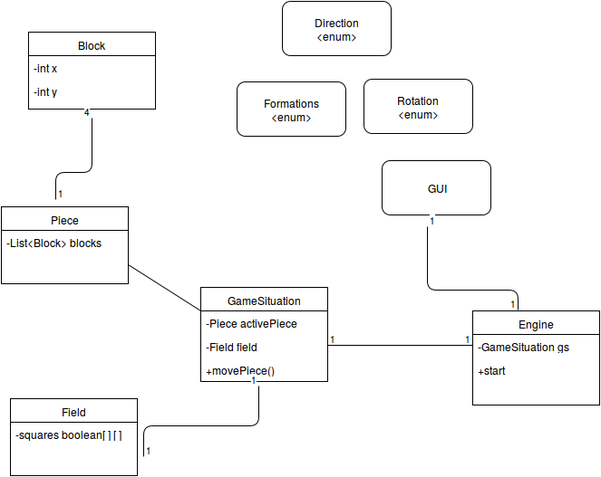
This is Dokumentaatio/LuokkaKaavio.png from Grawave/Tetris, a draw.io export, as it was before one commit. Source tidied: cells renumbered, new cells last; positions are measured from the earlier drawing's top-left corner, leaving out a move shared by most shapes.
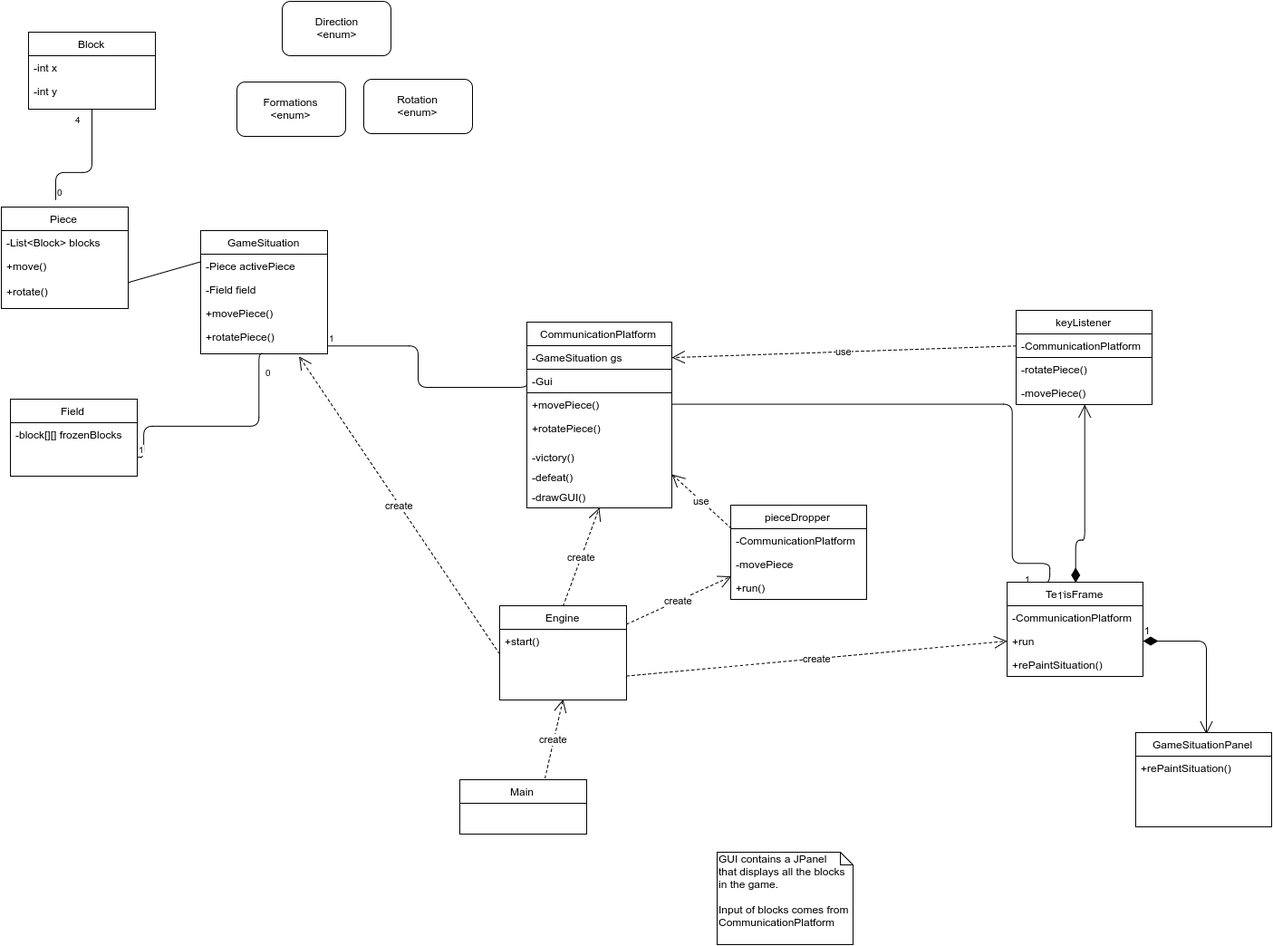
The same diagram one commit later.

Diff of the diagram source:
```diff
@@ -5,14 +5,11 @@
     <mxCell id="2" value="Formations&lt;br&gt;&amp;lt;enum&amp;gt;&lt;br&gt;" style="rounded=1;whiteSpace=wrap;html=1;" parent="1" vertex="1">
       <mxGeometry x="260" y="89" width="120" height="60" as="geometry" />
     </mxCell>
-    <mxCell id="3" value="GUI" style="rounded=1;whiteSpace=wrap;html=1;" parent="1" vertex="1">
-      <mxGeometry x="420" y="176" width="120" height="60" as="geometry" />
-    </mxCell>
     <mxCell id="4" style="endArrow=none;html=1;entryX=0;entryY=0.25;exitX=1;exitY=0.75;" parent="1" edge="1" source="11" target="5">
       <mxGeometry x="360" y="365" as="geometry" />
     </mxCell>
     <mxCell id="5" value="GameSituation" style="swimlane;html=1;fontStyle=0;horizontal=1;startSize=26;fillColor=none;swimlaneFillColor=#ffffff;" parent="1" vertex="1">
-      <mxGeometry x="220" y="316" width="140" height="104" as="geometry" />
+      <mxGeometry x="220" y="253" width="140" height="136" as="geometry" />
     </mxCell>
     <mxCell id="6" value="-Piece activePiece&lt;br&gt;" style="text;html=1;strokeColor=none;fillColor=none;align=left;verticalAlign=top;spacingLeft=4;spacingRight=4;whiteSpace=wrap;overflow=hidden;" parent="5" vertex="1">
       <mxGeometry y="26" width="140" height="26" as="geometry" />
@@ -23,18 +20,27 @@
     <mxCell id="8" value="+movePiece()" style="text;html=1;strokeColor=none;fillColor=none;align=left;verticalAlign=top;spacingLeft=4;spacingRight=4;whiteSpace=wrap;overflow=hidden;points=[[0,0.5],[1,0.5]];portConstraint=eastwest;" parent="5" vertex="1">
       <mxGeometry y="78" width="140" height="26" as="geometry" />
     </mxCell>
+    <mxCell id="33" value="+rotatePiece()" style="text;html=1;strokeColor=none;fillColor=none;align=left;verticalAlign=top;spacingLeft=4;spacingRight=4;whiteSpace=wrap;overflow=hidden;points=[[0,0.5],[1,0.5]];portConstraint=eastwest;" parent="5" vertex="1">
+      <mxGeometry y="104" width="140" height="26" as="geometry" />
+    </mxCell>
     <mxCell id="9" value="Field" style="swimlane;html=1;fontStyle=0;horizontal=1;startSize=26;fillColor=none;swimlaneFillColor=#ffffff;" parent="1" vertex="1">
       <mxGeometry x="10" y="439" width="140" height="85" as="geometry" />
     </mxCell>
-    <mxCell id="10" value="-squares boolean[ ] [ ]&lt;br&gt;" style="text;html=1;strokeColor=none;fillColor=none;align=left;verticalAlign=top;spacingLeft=4;spacingRight=4;whiteSpace=wrap;overflow=hidden;" parent="9" vertex="1">
+    <mxCell id="10" value="-block[][] frozenBlocks&lt;br&gt;" style="text;html=1;strokeColor=none;fillColor=none;align=left;verticalAlign=top;spacingLeft=4;spacingRight=4;whiteSpace=wrap;overflow=hidden;" parent="9" vertex="1">
       <mxGeometry y="26" width="140" height="26" as="geometry" />
     </mxCell>
     <mxCell id="11" value="Piece" style="swimlane;html=1;fontStyle=0;horizontal=1;startSize=26;fillColor=none;swimlaneFillColor=#ffffff;" parent="1" vertex="1">
-      <mxGeometry y="227" width="140" height="85" as="geometry" />
+      <mxGeometry y="227" width="140" height="112" as="geometry" />
     </mxCell>
     <mxCell id="12" value="-List&amp;lt;Block&amp;gt; blocks&lt;br&gt;" style="text;html=1;strokeColor=none;fillColor=none;align=left;verticalAlign=top;spacingLeft=4;spacingRight=4;whiteSpace=wrap;overflow=hidden;" parent="11" vertex="1">
       <mxGeometry y="26" width="140" height="26" as="geometry" />
     </mxCell>
+    <mxCell id="34" value="+move()&lt;br&gt;" style="text;html=1;strokeColor=none;fillColor=none;align=left;verticalAlign=top;spacingLeft=4;spacingRight=4;whiteSpace=wrap;overflow=hidden;" parent="11" vertex="1">
+      <mxGeometry y="52" width="140" height="28" as="geometry" />
+    </mxCell>
+    <mxCell id="35" value="+rotate()&lt;br&gt;" style="text;html=1;strokeColor=none;fillColor=none;align=left;verticalAlign=top;spacingLeft=4;spacingRight=4;whiteSpace=wrap;overflow=hidden;" parent="11" vertex="1">
+      <mxGeometry y="80" width="140" height="20" as="geometry" />
+    </mxCell>
     <mxCell id="13" value="Block&lt;br&gt;" style="swimlane;html=1;fontStyle=0;horizontal=1;startSize=26;fillColor=none;swimlaneFillColor=#ffffff;" parent="1" vertex="1">
       <mxGeometry x="30" y="34" width="140" height="85" as="geometry" />
     </mxCell>
@@ -45,70 +51,75 @@
       <mxGeometry y="52" width="140" height="26" as="geometry" />
     </mxCell>
     <mxCell id="16" value="Engine" style="swimlane;html=1;fontStyle=0;horizontal=1;startSize=26;fillColor=none;swimlaneFillColor=#ffffff;" parent="1" vertex="1">
-      <mxGeometry x="520" y="342" width="140" height="104" as="geometry" />
+      <mxGeometry x="550" y="667" width="140" height="104" as="geometry" />
     </mxCell>
-    <mxCell id="17" value="-GameSituation gs&lt;br&gt;" style="text;html=1;strokeColor=none;fillColor=none;align=left;verticalAlign=top;spacingLeft=4;spacingRight=4;whiteSpace=wrap;overflow=hidden;points=[[0,0.5],[1,0.5]];portConstraint=eastwest;" parent="16" vertex="1">
-      <mxGeometry y="26" width="140" height="26" as="geometry" />
-    </mxCell>
-    <mxCell id="18" value="+start" style="text;html=1;strokeColor=none;fillColor=none;align=left;verticalAlign=top;spacingLeft=4;spacingRight=4;whiteSpace=wrap;overflow=hidden;points=[[0,0.5],[1,0.5]];portConstraint=eastwest;" parent="16" vertex="1">
-      <mxGeometry y="52" width="140" height="26" as="geometry" />
+    <mxCell id="18" value="+start()" style="text;html=1;strokeColor=none;fillColor=none;align=left;verticalAlign=top;spacingLeft=4;spacingRight=4;whiteSpace=wrap;overflow=hidden;points=[[0,0.5],[1,0.5]];portConstraint=eastwest;" parent="16" vertex="1">
+      <mxGeometry y="26" width="140" height="26" as="geometry" />
     </mxCell>
-    <mxCell id="19" style="endArrow=none;html=1;edgeStyle=orthogonalEdgeStyle;" parent="1" edge="1">
-      <mxGeometry relative="1" as="geometry">
+    <mxCell id="19" value="0" style="endArrow=none;html=1;edgeStyle=orthogonalEdgeStyle;entryX=0;entryY=0.5;" parent="1" edge="1">
+      <mxGeometry x="0.96" y="-10" relative="1" as="geometry">
         <mxPoint x="360" y="380" as="sourcePoint" />
-        <mxPoint x="520" y="380" as="targetPoint" />
+        <mxPoint x="580" y="419" as="targetPoint" />
+        <Array as="points">
+          <mxPoint x="460" y="380" />
+          <mxPoint x="460" y="426" />
+          <mxPoint x="580" y="426" />
+        </Array>
       </mxGeometry>
     </mxCell>
     <mxCell id="20" value="1" style="html=1;align=left;verticalAlign=bottom;labelBackgroundColor=#ffffff;fontSize=10;" parent="19" vertex="1">
       <mxGeometry x="-1" relative="1" as="geometry" />
     </mxCell>
-    <mxCell id="21" value="1" style="html=1;align=right;verticalAlign=bottom;labelBackgroundColor=#ffffff;fontSize=10;" parent="19" vertex="1">
-      <mxGeometry x="1" relative="1" as="geometry" />
-    </mxCell>
-    <mxCell id="22" style="endArrow=none;html=1;edgeStyle=orthogonalEdgeStyle;entryX=0.457;entryY=1.192;entryPerimeter=0;" parent="1" edge="1" target="8">
+    <mxCell id="22" style="endArrow=none;html=1;edgeStyle=orthogonalEdgeStyle;entryX=0.5;entryY=1;exitX=1;exitY=0.75;" parent="1" edge="1" source="9" target="5">
       <mxGeometry x="407" y="574" as="geometry">
-        <mxPoint x="157" y="503" as="sourcePoint" />
         <Array as="points">
+          <mxPoint x="157" y="503" />
           <mxPoint x="157" y="469" />
           <mxPoint x="284" y="469" />
+          <mxPoint x="284" y="389" />
         </Array>
       </mxGeometry>
     </mxCell>
     <mxCell id="23" value="1" style="html=1;align=left;verticalAlign=bottom;labelBackgroundColor=#ffffff;fontSize=10;" parent="22" vertex="1">
       <mxGeometry x="-1" relative="1" as="geometry" />
     </mxCell>
-    <mxCell id="24" value="1" style="html=1;align=right;verticalAlign=bottom;labelBackgroundColor=#ffffff;fontSize=10;" parent="22" vertex="1">
-      <mxGeometry x="1" relative="1" as="geometry" />
+    <mxCell id="24" value="0" style="html=1;align=right;verticalAlign=bottom;labelBackgroundColor=#ffffff;fontSize=10;" parent="22" vertex="1">
+      <mxGeometry x="1" relative="1" as="geometry">
+        <mxPoint x="10" y="29" as="offset" />
+      </mxGeometry>
     </mxCell>
-    <mxCell id="25" style="endArrow=none;html=1;edgeStyle=orthogonalEdgeStyle;" parent="1" edge="1">
+    <mxCell id="25" style="endArrow=none;html=1;edgeStyle=orthogonalEdgeStyle;entryX=0.5;entryY=1;" parent="1" edge="1" target="13">
       <mxGeometry x="260" y="260" as="geometry">
         <mxPoint x="60" y="219" as="sourcePoint" />
-        <mxPoint x="100" y="129" as="targetPoint" />
         <Array as="points">
+          <mxPoint x="60" y="189" />
           <mxPoint x="100" y="189" />
         </Array>
       </mxGeometry>
     </mxCell>
-    <mxCell id="26" value="1" style="html=1;align=left;verticalAlign=bottom;labelBackgroundColor=#ffffff;fontSize=10;" parent="25" vertex="1">
+    <mxCell id="26" value="0" style="html=1;align=left;verticalAlign=bottom;labelBackgroundColor=#ffffff;fontSize=10;" parent="25" vertex="1">
       <mxGeometry x="-1" relative="1" as="geometry" />
     </mxCell>
     <mxCell id="27" value="4&lt;br&gt;" style="html=1;align=right;verticalAlign=bottom;labelBackgroundColor=#ffffff;fontSize=10;" parent="25" vertex="1">
-      <mxGeometry x="1" relative="1" as="geometry" />
+      <mxGeometry x="1" relative="1" as="geometry">
+        <mxPoint x="-10" y="20" as="offset" />
+      </mxGeometry>
     </mxCell>
-    <mxCell id="28" style="endArrow=none;html=1;edgeStyle=orthogonalEdgeStyle;" parent="1" edge="1">
+    <mxCell id="28" style="endArrow=none;html=1;edgeStyle=orthogonalEdgeStyle;entryX=1;entryY=0.5;exitX=0.25;exitY=0;" parent="1" edge="1" source="59" target="40">
       <mxGeometry x="660" y="412" as="geometry">
-        <mxPoint x="470" y="249" as="sourcePoint" />
-        <mxPoint x="570" y="341" as="targetPoint" />
         <Array as="points">
-          <mxPoint x="470" y="319" />
-          <mxPoint x="570" y="319" />
+          <mxPoint x="1157" y="620" />
+          <mxPoint x="1115" y="620" />
+          <mxPoint x="1115" y="445" />
         </Array>
       </mxGeometry>
     </mxCell>
     <mxCell id="29" value="1" style="html=1;align=left;verticalAlign=bottom;labelBackgroundColor=#ffffff;fontSize=10;" parent="28" vertex="1">
-      <mxGeometry x="-1" relative="1" as="geometry" />
+      <mxGeometry x="-1" relative="1" as="geometry">
+        <mxPoint x="-19" y="4" as="offset" />
+      </mxGeometry>
     </mxCell>
-    <mxCell id="30" value="1" style="html=1;align=right;verticalAlign=bottom;labelBackgroundColor=#ffffff;fontSize=10;" parent="28" vertex="1">
+    <mxCell id="30" value="0" style="html=1;align=right;verticalAlign=bottom;labelBackgroundColor=#ffffff;fontSize=10;" parent="28" vertex="1">
       <mxGeometry x="1" relative="1" as="geometry" />
     </mxCell>
     <mxCell id="31" value="Rotation&lt;br&gt;&amp;lt;enum&amp;gt;&lt;br&gt;" style="rounded=1;whiteSpace=wrap;html=1;" parent="1" vertex="1">
@@ -117,5 +128,117 @@
     <mxCell id="32" value="Direction&lt;br&gt;&amp;lt;enum&amp;gt;&lt;br&gt;" style="rounded=1;whiteSpace=wrap;html=1;" parent="1" vertex="1">
       <mxGeometry x="310" width="120" height="60" as="geometry" />
     </mxCell>
+    <mxCell id="36" value="Main" style="swimlane;html=1;fontStyle=0;horizontal=1;startSize=26;fillColor=none;swimlaneFillColor=#ffffff;" parent="1" vertex="1">
+      <mxGeometry x="506" y="859" width="140" height="60" as="geometry" />
+    </mxCell>
+    <mxCell id="37" value="create" style="endArrow=open;endSize=12;dashed=1;html=1;exitX=0.671;exitY=-0.017;exitPerimeter=0;entryX=0.5;entryY=1;" parent="1" edge="1" source="36" target="16">
+      <mxGeometry relative="1" as="geometry" />
+    </mxCell>
+    <mxCell id="38" value="CommunicationPlatform" style="swimlane;html=1;fontStyle=0;horizontal=1;startSize=26;fillColor=none;swimlaneFillColor=#ffffff;" parent="1" vertex="1">
+      <mxGeometry x="580" y="354" width="160" height="205" as="geometry" />
+    </mxCell>
+    <mxCell id="17" value="-GameSituation gs" style="text;html=1;strokeColor=#000000;fillColor=none;align=left;verticalAlign=top;spacingLeft=4;spacingRight=4;whiteSpace=wrap;overflow=hidden;points=[[0,0.5],[1,0.5]];portConstraint=eastwest;" parent="38" vertex="1">
+      <mxGeometry y="26" width="160" height="26" as="geometry" />
+    </mxCell>
+    <mxCell id="39" value="-Gui" style="text;html=1;strokeColor=#000000;fillColor=none;align=left;verticalAlign=top;spacingLeft=4;spacingRight=4;whiteSpace=wrap;overflow=hidden;" parent="38" vertex="1">
+      <mxGeometry y="52" width="160" height="26" as="geometry" />
+    </mxCell>
+    <mxCell id="40" value="+movePiece()" style="text;html=1;strokeColor=none;fillColor=none;align=left;verticalAlign=top;spacingLeft=4;spacingRight=4;whiteSpace=wrap;overflow=hidden;points=[[0,0.5],[1,0.5]];portConstraint=eastwest;" parent="38" vertex="1">
+      <mxGeometry y="78" width="160" height="26" as="geometry" />
+    </mxCell>
+    <mxCell id="41" value="+rotatePiece()" style="text;html=1;strokeColor=none;fillColor=none;align=left;verticalAlign=top;spacingLeft=4;spacingRight=4;whiteSpace=wrap;overflow=hidden;" parent="38" vertex="1">
+      <mxGeometry y="104" width="160" height="32" as="geometry" />
+    </mxCell>
+    <mxCell id="42" value="-victory()" style="text;html=1;strokeColor=none;fillColor=none;align=left;verticalAlign=top;spacingLeft=4;spacingRight=4;whiteSpace=wrap;overflow=hidden;" parent="38" vertex="1">
+      <mxGeometry y="136" width="160" height="22" as="geometry" />
+    </mxCell>
+    <mxCell id="43" value="-defeat()" style="text;html=1;strokeColor=none;fillColor=none;align=left;verticalAlign=top;spacingLeft=4;spacingRight=4;whiteSpace=wrap;overflow=hidden;" parent="38" vertex="1">
+      <mxGeometry y="158" width="160" height="22" as="geometry" />
+    </mxCell>
+    <mxCell id="44" value="-drawGUI()" style="text;html=1;strokeColor=none;fillColor=none;align=left;verticalAlign=top;spacingLeft=4;spacingRight=4;whiteSpace=wrap;overflow=hidden;" parent="38" vertex="1">
+      <mxGeometry y="180" width="160" height="22" as="geometry" />
+    </mxCell>
+    <mxCell id="45" value="create" style="endArrow=open;endSize=12;dashed=1;html=1;exitX=0.5;exitY=0;entryX=0.5;entryY=1;" parent="1" edge="1" source="16" target="38">
+      <mxGeometry x="910" y="602" as="geometry" />
+    </mxCell>
+    <mxCell id="46" value="pieceDropper" style="swimlane;html=1;fontStyle=0;horizontal=1;startSize=26;fillColor=none;swimlaneFillColor=#ffffff;" parent="1" vertex="1">
+      <mxGeometry x="805" y="556" width="150" height="104" as="geometry" />
+    </mxCell>
+    <mxCell id="47" value="-CommunicationPlatform" style="text;html=1;strokeColor=none;fillColor=none;align=left;verticalAlign=top;spacingLeft=4;spacingRight=4;whiteSpace=wrap;overflow=hidden;" parent="46" vertex="1">
+      <mxGeometry y="26" width="150" height="26" as="geometry" />
+    </mxCell>
+    <mxCell id="48" value="-movePiece" style="text;html=1;strokeColor=none;fillColor=none;align=left;verticalAlign=top;spacingLeft=4;spacingRight=4;whiteSpace=wrap;overflow=hidden;" parent="46" vertex="1">
+      <mxGeometry y="52" width="150" height="26" as="geometry" />
+    </mxCell>
+    <mxCell id="49" value="+run()" style="text;html=1;strokeColor=none;fillColor=none;align=left;verticalAlign=top;spacingLeft=4;spacingRight=4;whiteSpace=wrap;overflow=hidden;" parent="46" vertex="1">
+      <mxGeometry y="78" width="150" height="26" as="geometry" />
+    </mxCell>
+    <mxCell id="50" value="keyListener" style="swimlane;html=1;fontStyle=0;horizontal=1;startSize=26;fillColor=none;swimlaneFillColor=#ffffff;" parent="1" vertex="1">
+      <mxGeometry x="1120" y="341" width="150" height="104" as="geometry" />
+    </mxCell>
+    <mxCell id="51" value="-CommunicationPlatform" style="text;html=1;strokeColor=#000000;fillColor=none;align=left;verticalAlign=top;spacingLeft=4;spacingRight=4;whiteSpace=wrap;overflow=hidden;points=[[0,0.5],[1,0.5]];portConstraint=eastwest;" parent="50" vertex="1">
+      <mxGeometry y="26" width="150" height="26" as="geometry" />
+    </mxCell>
+    <mxCell id="52" value="-rotatePiece()" style="text;html=1;strokeColor=none;fillColor=none;align=left;verticalAlign=top;spacingLeft=4;spacingRight=4;whiteSpace=wrap;overflow=hidden;" parent="50" vertex="1">
+      <mxGeometry y="52" width="150" height="26" as="geometry" />
+    </mxCell>
+    <mxCell id="53" value="-movePiece()" style="text;html=1;strokeColor=none;fillColor=none;align=left;verticalAlign=top;spacingLeft=4;spacingRight=4;whiteSpace=wrap;overflow=hidden;points=[[0,0.5],[1,0.5]];portConstraint=eastwest;" parent="50" vertex="1">
+      <mxGeometry y="78" width="150" height="26" as="geometry" />
+    </mxCell>
+    <mxCell id="54" value="create" style="endArrow=open;endSize=12;dashed=1;html=1;exitX=1;exitY=0.192;entryX=0;entryY=0.75;exitPerimeter=0;" parent="1" edge="1" source="16" target="46">
+      <mxGeometry x="980" y="638" as="geometry" />
+    </mxCell>
+    <mxCell id="55" value="use" style="endArrow=open;endSize=12;dashed=1;html=1;exitX=0;exitY=0.25;" parent="1" edge="1" source="46">
+      <mxGeometry x="1410" y="625" as="geometry">
+        <mxPoint x="740" y="522" as="targetPoint" />
+      </mxGeometry>
+    </mxCell>
+    <mxCell id="56" value="use" style="endArrow=open;endSize=12;dashed=1;html=1;exitX=0;exitY=0.5;entryX=1;entryY=0.5;" parent="1" edge="1" source="51" target="17">
+      <mxGeometry x="1420" y="635" as="geometry" />
+    </mxCell>
+    <mxCell id="57" value="create" style="endArrow=open;endSize=12;dashed=1;html=1;exitX=1;exitY=0.75;entryX=0;entryY=0.5;" parent="1" edge="1" source="16" target="61">
+      <mxGeometry x="990" y="648" as="geometry" />
+    </mxCell>
+    <mxCell id="58" value="GUI contains a JPanel&lt;div&gt;that displays all the blocks in the game.&lt;/div&gt;&lt;div&gt;&lt;br&gt;&lt;/div&gt;&lt;div&gt;Input of blocks comes from&lt;/div&gt;&lt;div&gt;CommunicationPlatform&lt;/div&gt;" style="shape=note;whiteSpace=wrap;html=1;size=14;verticalAlign=top;align=left;spacingTop=-6;" parent="1" vertex="1">
+      <mxGeometry x="790" y="939" width="150" height="102" as="geometry" />
+    </mxCell>
+    <mxCell id="59" value="TetrisFrame" style="swimlane;html=1;fontStyle=0;horizontal=1;startSize=26;fillColor=none;swimlaneFillColor=#ffffff;" parent="1" vertex="1">
+      <mxGeometry x="1110" y="641" width="150" height="104" as="geometry" />
+    </mxCell>
+    <mxCell id="60" value="-CommunicationPlatform" style="text;html=1;strokeColor=none;fillColor=none;align=left;verticalAlign=top;spacingLeft=4;spacingRight=4;whiteSpace=wrap;overflow=hidden;" parent="59" vertex="1">
+      <mxGeometry y="26" width="150" height="26" as="geometry" />
+    </mxCell>
+    <mxCell id="61" value="+run" style="text;html=1;strokeColor=none;fillColor=none;align=left;verticalAlign=top;spacingLeft=4;spacingRight=4;whiteSpace=wrap;overflow=hidden;points=[[0,0.5],[1,0.5]];portConstraint=eastwest;" parent="59" vertex="1">
+      <mxGeometry y="52" width="150" height="26" as="geometry" />
+    </mxCell>
+    <mxCell id="62" value="+rePaintSituation()" style="text;html=1;strokeColor=none;fillColor=none;align=left;verticalAlign=top;spacingLeft=4;spacingRight=4;whiteSpace=wrap;overflow=hidden;" parent="59" vertex="1">
+      <mxGeometry y="78" width="150" height="26" as="geometry" />
+    </mxCell>
+    <mxCell id="63" value="1" style="endArrow=open;html=1;endSize=12;startArrow=diamondThin;startSize=14;startFill=1;edgeStyle=orthogonalEdgeStyle;align=left;verticalAlign=bottom;exitX=1;exitY=0.5;" parent="1" edge="1" source="61">
+      <mxGeometry x="-1" y="3" relative="1" as="geometry">
+        <mxPoint x="1330" y="809" as="targetPoint" />
+        <Array as="points">
+          <mxPoint x="1330" y="706" />
+        </Array>
+      </mxGeometry>
+    </mxCell>
+    <mxCell id="64" value="GameSituationPanel" style="swimlane;html=1;fontStyle=0;horizontal=1;startSize=26;fillColor=none;swimlaneFillColor=#ffffff;" parent="1" vertex="1">
+      <mxGeometry x="1252" y="807" width="150" height="104" as="geometry" />
+    </mxCell>
+    <mxCell id="65" value="+rePaintSituation()" style="text;html=1;strokeColor=none;fillColor=none;align=left;verticalAlign=top;spacingLeft=4;spacingRight=4;whiteSpace=wrap;overflow=hidden;" parent="64" vertex="1">
+      <mxGeometry y="26" width="150" height="26" as="geometry" />
+    </mxCell>
+    <mxCell id="66" value="1" style="endArrow=open;html=1;endSize=12;startArrow=diamondThin;startSize=14;startFill=1;edgeStyle=orthogonalEdgeStyle;align=left;verticalAlign=bottom;exitX=0.5;exitY=0;" parent="1" edge="1" source="59" target="53">
+      <mxGeometry x="-0.46" y="-35" relative="1" as="geometry">
+        <Array as="points">
+          <mxPoint x="1185" y="595" />
+          <mxPoint x="1195" y="595" />
+        </Array>
+        <mxPoint x="-30" y="34" as="offset" />
+      </mxGeometry>
+    </mxCell>
+    <mxCell id="67" value="create" style="endArrow=open;endSize=12;dashed=1;html=1;exitX=0;exitY=1.049;entryX=0.776;entryY=1.335;entryPerimeter=0;exitPerimeter=0;" parent="1" edge="1" source="18" target="33">
+      <mxGeometry x="370" y="583" as="geometry" />
+    </mxCell>
   </root>
 </mxGraphModel>
```
